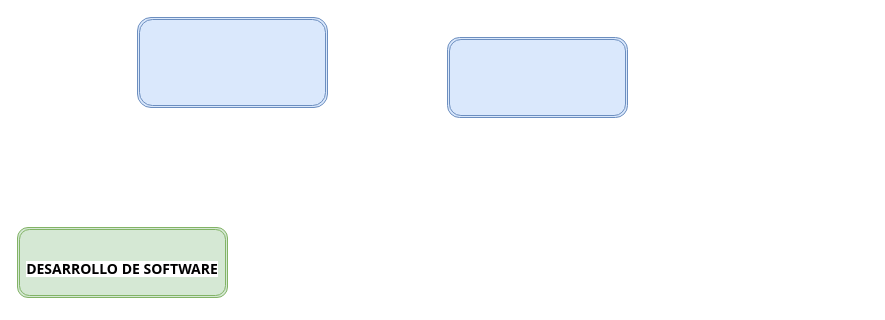
This is Diagrama sin título.drawio from BryanG12/diagrama, a draw.io file, before an edit. Source tidied: cells renumbered, new cells numbered last; positions are measured from the earlier drawing's top-left corner, leaving out a move shared by most shapes. Both pictures are drawn from the tidied source at 100%, with x=0, y=0 at pixel (17, 17).
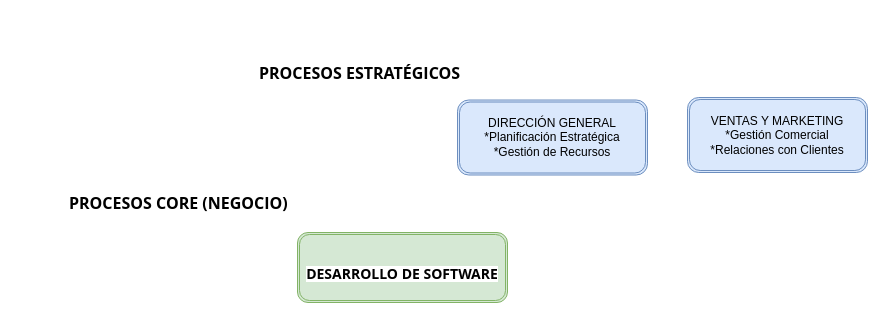
After the change.

Change to the diagram source:
```diff
@@
 <mxGraphModel>
   <root>
     <mxCell id="0" />
     <mxCell id="1" parent="0" />
-    <mxCell id="2" value="&#10;&#10;&#10;" style="shape=ext;double=1;rounded=1;whiteSpace=wrap;html=1;fillColor=#dae8fc;strokeColor=#6c8ebf;" parent="1" vertex="1">
-      <mxGeometry x="120" width="190" height="90" as="geometry" />
+    <mxCell id="2" value="&lt;div&gt;DIRECCIÓN GENERAL&lt;/div&gt;&lt;div&gt;*Planificación Estratégica&lt;/div&gt;&lt;div&gt;*Gestión de Recursos&lt;/div&gt;" style="shape=ext;double=1;rounded=1;whiteSpace=wrap;html=1;fillColor=#dae8fc;strokeColor=#6c8ebf;" parent="1" vertex="1">
+      <mxGeometry x="440" y="82.5" width="190" height="75" as="geometry" />
     </mxCell>
-    <mxCell id="3" style="shape=ext;double=1;rounded=1;whiteSpace=wrap;html=1;fillColor=#dae8fc;strokeColor=#6c8ebf;" parent="1" vertex="1">
-      <mxGeometry x="430" y="20" width="180" height="80" as="geometry" />
+    <mxCell id="3" value="&lt;div&gt;VENTAS Y MARKETING&lt;/div&gt;&lt;div&gt;*Gestión Comercial&lt;/div&gt;&lt;div&gt;*Relaciones con Clientes&lt;/div&gt;" style="shape=ext;double=1;rounded=1;whiteSpace=wrap;html=1;fillColor=#dae8fc;strokeColor=#6c8ebf;" parent="1" vertex="1">
+      <mxGeometry x="670" y="80" width="180" height="75" as="geometry" />
     </mxCell>
     <mxCell id="4" value="&lt;br&gt;&lt;div style=&quot;text-align: start;&quot;&gt;&lt;span style=&quot;color: light-dark(rgb(0, 0, 0), rgb(255, 255, 255)); font-size: 14px; text-wrap-mode: nowrap; background-color: rgb(255, 255, 255);&quot;&gt;&lt;font face=&quot;Segoe UI, Arial, sans-serif&quot;&gt;&lt;b&gt;DESARROLLO DE SOFTWARE&lt;/b&gt;&lt;/font&gt;&lt;/span&gt;&lt;/div&gt;" style="shape=ext;double=1;rounded=1;whiteSpace=wrap;html=1;fillColor=#d5e8d4;strokeColor=#82b366;" parent="1" vertex="1">
-      <mxGeometry y="210" width="210" height="70" as="geometry" />
+      <mxGeometry x="280" y="215" width="210" height="70" as="geometry" />
     </mxCell>
+    <mxCell id="5" value="&lt;span style=&quot;color: rgb(0, 0, 0); font-family: &amp;quot;Segoe UI&amp;quot;, Arial, sans-serif; font-size: 16px; font-style: normal; font-variant-ligatures: normal; font-variant-caps: normal; font-weight: 700; letter-spacing: normal; orphans: 2; text-align: start; text-indent: 0px; text-transform: none; widows: 2; word-spacing: 0px; -webkit-text-stroke-width: 0px; white-space: nowrap; background-color: rgb(255, 255, 255); text-decoration-thickness: initial; text-decoration-style: initial; text-decoration-color: initial; display: inline !important; float: none;&quot;&gt;PROCESOS ESTRATÉGICOS&lt;/span&gt;" style="text;whiteSpace=wrap;html=1;" parent="1" vertex="1">
+      <mxGeometry x="240" y="40" width="230" height="40" as="geometry" />
+    </mxCell>
+    <mxCell id="6" value="&lt;span style=&quot;color: rgb(0, 0, 0); font-family: &amp;quot;Segoe UI&amp;quot;, Arial, sans-serif; font-size: 16px; font-style: normal; font-variant-ligatures: normal; font-variant-caps: normal; font-weight: 700; letter-spacing: normal; orphans: 2; text-align: start; text-indent: 0px; text-transform: none; widows: 2; word-spacing: 0px; -webkit-text-stroke-width: 0px; white-space: nowrap; background-color: rgb(255, 255, 255); text-decoration-thickness: initial; text-decoration-style: initial; text-decoration-color: initial; display: inline !important; float: none;&quot;&gt;PROCESOS CORE (NEGOCIO)&lt;/span&gt;" style="text;whiteSpace=wrap;html=1;" parent="1" vertex="1">
+      <mxGeometry x="50" y="170" width="250" height="40" as="geometry" />
+    </mxCell>
   </root>
 </mxGraphModel>
```
